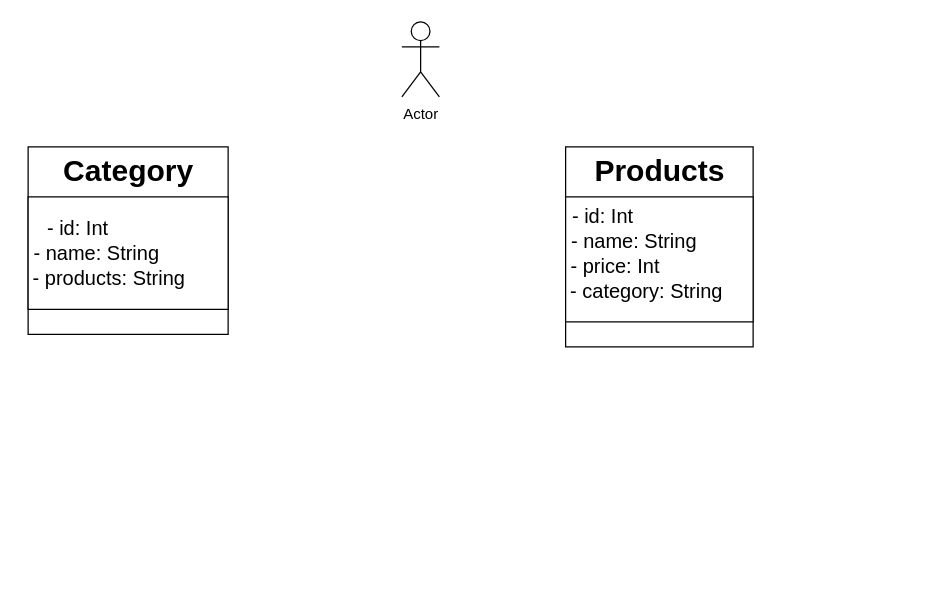
noahmeirelles/2tds2-senai-progects keeps this draw.io diagram as draw.drawio/categ.drawio. Above is the earlier version. Source tidied: cells renumbered, new cells numbered last; positions are measured from the earlier drawing's top-left corner, leaving out a move shared by most shapes. Both pictures are drawn from the tidied source at 125%, with x=0, y=0 at pixel (28, 21).
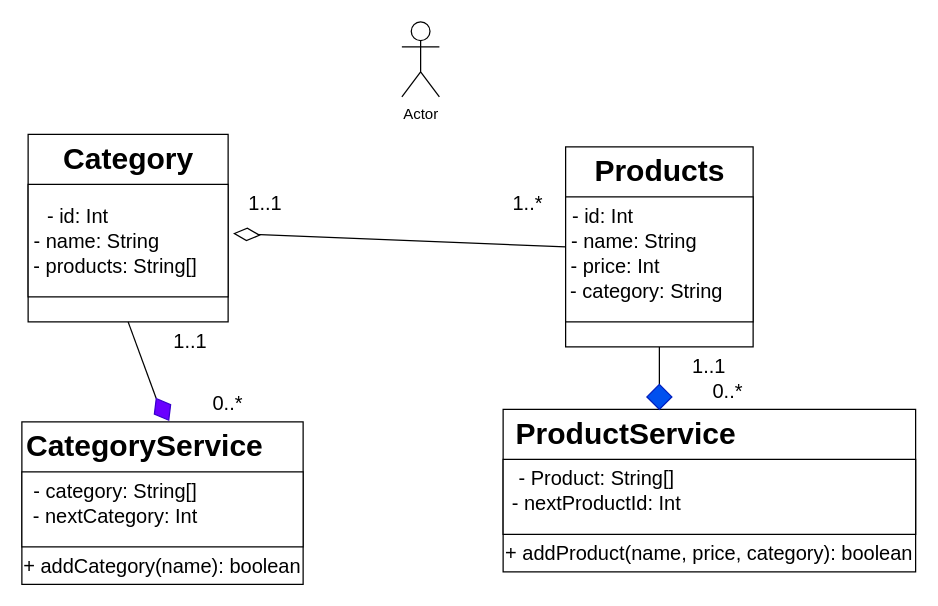
Above is the later version.

The change refers to these unchanged cells:
```xml
<mxCell id="9" style="rounded=0;whiteSpace=wrap;html=1;fontSize=16;" parent="1" vertex="1">
  <mxGeometry x="430" y="100" width="150" height="160" as="geometry" />
</mxCell>
<mxCell id="14" value="- price: Int" style="text;html=1;strokeColor=none;fillColor=none;align=center;verticalAlign=middle;whiteSpace=wrap;rounded=0;fontSize=16;" parent="1" vertex="1">
  <mxGeometry x="430" y="180" width="80" height="30" as="geometry" />
</mxCell>
```

The edit, as a diff of the source:
```diff
@@
-    <mxCell id="2" style="rounded=0;whiteSpace=wrap;html=1;" parent="1" vertex="1">
-      <mxGeometry y="100" width="160" height="150" as="geometry" />
-    </mxCell>
@@
-    <mxCell id="4" style="rounded=0;whiteSpace=wrap;html=1;" parent="1" vertex="1">
-      <mxGeometry y="140" width="160" height="90" as="geometry" />
-    </mxCell>
-    <mxCell id="5" value="Category" style="text;strokeColor=none;fillColor=none;html=1;fontSize=24;fontStyle=1;verticalAlign=middle;align=center;" parent="1" vertex="1">
-      <mxGeometry x="30" y="100" width="100" height="40" as="geometry" />
-    </mxCell>
-    <mxCell id="6" value="&lt;span style=&quot;font-size: 16px;&quot;&gt;- id: Int&lt;/span&gt;" style="text;html=1;strokeColor=none;fillColor=none;align=center;verticalAlign=middle;whiteSpace=wrap;rounded=0;" parent="1" vertex="1">
-      <mxGeometry y="150" width="80" height="30" as="geometry" />
-    </mxCell>
-    <mxCell id="7" value="- name: String" style="text;html=1;strokeColor=none;fillColor=none;align=center;verticalAlign=middle;whiteSpace=wrap;rounded=0;fontSize=16;" parent="1" vertex="1">
-      <mxGeometry y="170" width="110" height="30" as="geometry" />
-    </mxCell>
-    <mxCell id="8" value="- products: String" style="text;html=1;strokeColor=none;fillColor=none;align=center;verticalAlign=middle;whiteSpace=wrap;rounded=0;fontSize=16;" parent="1" vertex="1">
-      <mxGeometry y="190" width="130" height="30" as="geometry" />
-    </mxCell>
@@
+    <mxCell id="16" value="1..*" style="text;html=1;strokeColor=none;fillColor=none;align=center;verticalAlign=middle;whiteSpace=wrap;rounded=0;fontSize=16;" parent="1" vertex="1">
+      <mxGeometry x="370" y="130" width="60" height="30" as="geometry" />
+    </mxCell>
+    <mxCell id="17" value="1..1" style="text;html=1;strokeColor=none;fillColor=none;align=center;verticalAlign=middle;whiteSpace=wrap;rounded=0;fontSize=16;" parent="1" vertex="1">
+      <mxGeometry x="160" y="130" width="60" height="30" as="geometry" />
+    </mxCell>
+    <mxCell id="18" style="group;" parent="1" vertex="1">
+      <mxGeometry y="90" width="160" height="150" as="geometry" />
+    </mxCell>
+    <mxCell id="2" style="rounded=0;whiteSpace=wrap;html=1;" parent="18" vertex="1">
+      <mxGeometry width="160" height="150" as="geometry" />
+    </mxCell>
+    <mxCell id="4" style="rounded=0;whiteSpace=wrap;html=1;" parent="18" vertex="1">
+      <mxGeometry y="40" width="160" height="90" as="geometry" />
+    </mxCell>
+    <mxCell id="5" value="Category" style="text;strokeColor=none;fillColor=none;html=1;fontSize=24;fontStyle=1;verticalAlign=middle;align=center;" parent="18" vertex="1">
+      <mxGeometry x="30" width="100" height="40" as="geometry" />
+    </mxCell>
+    <mxCell id="6" value="&lt;span style=&quot;font-size: 16px;&quot;&gt;- id: Int&lt;/span&gt;" style="text;html=1;strokeColor=none;fillColor=none;align=center;verticalAlign=middle;whiteSpace=wrap;rounded=0;" parent="18" vertex="1">
+      <mxGeometry y="50" width="80" height="30" as="geometry" />
+    </mxCell>
+    <mxCell id="7" value="- name: String" style="text;html=1;strokeColor=none;fillColor=none;align=center;verticalAlign=middle;whiteSpace=wrap;rounded=0;fontSize=16;" parent="18" vertex="1">
+      <mxGeometry y="70" width="110" height="30" as="geometry" />
+    </mxCell>
+    <mxCell id="8" value="- products: String[]" style="text;html=1;strokeColor=none;fillColor=none;align=center;verticalAlign=middle;whiteSpace=wrap;rounded=0;fontSize=16;" parent="18" vertex="1">
+      <mxGeometry y="90" width="140" height="30" as="geometry" />
+    </mxCell>
+    <mxCell id="19" style="endArrow=none;html=1;strokeWidth=1;fontSize=16;endSize=6;targetPerimeterSpacing=0;jumpSize=10;entryX=0;entryY=0;entryDx=0;entryDy=0;" parent="1" edge="1" target="14">
+      <mxGeometry relative="1" as="geometry">
+        <mxPoint x="180" y="170" as="sourcePoint" />
+      </mxGeometry>
+    </mxCell>
+    <mxCell id="20" style="rhombus;whiteSpace=wrap;html=1;fontSize=16;rotation=94;" parent="1" vertex="1">
+      <mxGeometry x="170" y="160" width="10" height="20" as="geometry" />
+    </mxCell>
+    <mxCell id="21" style="rounded=0;whiteSpace=wrap;html=1;fontSize=16;" parent="1" vertex="1">
+      <mxGeometry x="-5" y="320" width="225" height="130" as="geometry" />
+    </mxCell>
+    <mxCell id="22" style="rounded=0;whiteSpace=wrap;html=1;fontSize=16;" parent="1" vertex="1">
+      <mxGeometry x="-5" y="360" width="225" height="60" as="geometry" />
+    </mxCell>
+    <mxCell id="23" value="CategoryService" style="text;strokeColor=none;fillColor=none;html=1;fontSize=24;fontStyle=1;verticalAlign=middle;align=center;" parent="1" vertex="1">
+      <mxGeometry x="42.5" y="320" width="100" height="40" as="geometry" />
+    </mxCell>
+    <mxCell id="24" value="- category: String[]" style="text;html=1;strokeColor=none;fillColor=none;align=center;verticalAlign=middle;whiteSpace=wrap;rounded=0;fontSize=16;" parent="1" vertex="1">
+      <mxGeometry y="360" width="140" height="30" as="geometry" />
+    </mxCell>
+    <mxCell id="25" value="- nextCategory: Int" style="text;html=1;strokeColor=none;fillColor=none;align=center;verticalAlign=middle;whiteSpace=wrap;rounded=0;fontSize=16;" parent="1" vertex="1">
+      <mxGeometry y="380" width="140" height="30" as="geometry" />
+    </mxCell>
+    <mxCell id="26" value="+ addCategory(name): boolean" style="text;html=1;strokeColor=none;fillColor=none;align=center;verticalAlign=middle;whiteSpace=wrap;rounded=0;fontSize=16;" parent="1" vertex="1">
+      <mxGeometry x="-5" y="420" width="225" height="30" as="geometry" />
+    </mxCell>
+    <mxCell id="27" style="rounded=0;whiteSpace=wrap;html=1;fontSize=16;" parent="1" vertex="1">
+      <mxGeometry x="380" y="310" width="330" height="130" as="geometry" />
+    </mxCell>
+    <mxCell id="28" style="rounded=0;whiteSpace=wrap;html=1;fontSize=16;" parent="1" vertex="1">
+      <mxGeometry x="380" y="350" width="330" height="60" as="geometry" />
+    </mxCell>
+    <mxCell id="29" style="edgeStyle=none;jumpSize=10;html=1;strokeWidth=1;fontSize=16;startArrow=diamondThin;startFill=0;endSize=6;targetPerimeterSpacing=0;" parent="1" edge="1" source="30" target="28">
+      <mxGeometry relative="1" as="geometry" />
+    </mxCell>
+    <mxCell id="30" value="ProductService" style="text;strokeColor=none;fillColor=none;html=1;fontSize=24;fontStyle=1;verticalAlign=middle;align=center;" parent="1" vertex="1">
+      <mxGeometry x="427.5" y="310" width="100" height="40" as="geometry" />
+    </mxCell>
+    <mxCell id="31" value="- Product: String[]" style="text;html=1;strokeColor=none;fillColor=none;align=center;verticalAlign=middle;whiteSpace=wrap;rounded=0;fontSize=16;" parent="1" vertex="1">
+      <mxGeometry x="385" y="350" width="140" height="30" as="geometry" />
+    </mxCell>
+    <mxCell id="32" value="- nextProductId: Int" style="text;html=1;strokeColor=none;fillColor=none;align=center;verticalAlign=middle;whiteSpace=wrap;rounded=0;fontSize=16;" parent="1" vertex="1">
+      <mxGeometry x="385" y="370" width="140" height="30" as="geometry" />
+    </mxCell>
+    <mxCell id="33" value="+ addProduct(name, price, category): boolean" style="text;html=1;strokeColor=none;fillColor=none;align=center;verticalAlign=middle;whiteSpace=wrap;rounded=0;fontSize=16;" parent="1" vertex="1">
+      <mxGeometry x="380" y="410" width="330" height="30" as="geometry" />
+    </mxCell>
+    <mxCell id="34" style="endArrow=none;html=1;strokeWidth=1;fontSize=16;endSize=6;targetPerimeterSpacing=0;jumpSize=10;entryX=0.5;entryY=1;entryDx=0;entryDy=0;exitX=0;exitY=0.5;exitDx=0;exitDy=0;" parent="1" edge="1" target="2">
+      <mxGeometry relative="1" as="geometry">
+        <mxPoint x="102.5" y="301.3" as="sourcePoint" />
+      </mxGeometry>
+    </mxCell>
+    <mxCell id="35" style="endArrow=none;html=1;strokeWidth=1;fontSize=16;endSize=6;targetPerimeterSpacing=0;jumpSize=10;entryX=0.5;entryY=1;entryDx=0;entryDy=0;" parent="1" edge="1" target="9">
+      <mxGeometry relative="1" as="geometry">
+        <mxPoint x="505" y="290" as="sourcePoint" />
+      </mxGeometry>
+    </mxCell>
+    <mxCell id="36" value="0..*" style="text;html=1;strokeColor=none;fillColor=none;align=center;verticalAlign=middle;whiteSpace=wrap;rounded=0;fontSize=16;" parent="1" vertex="1">
+      <mxGeometry x="530" y="280" width="60" height="30" as="geometry" />
+    </mxCell>
+    <mxCell id="37" style="rhombus;whiteSpace=wrap;html=1;fontSize=16;rotation=-30;fillColor=#6a00ff;fontColor=#ffffff;strokeColor=#3700CC;" parent="1" vertex="1">
+      <mxGeometry x="100" y="300" width="15" height="20" as="geometry" />
+    </mxCell>
+    <mxCell id="38" style="rhombus;whiteSpace=wrap;html=1;fontSize=16;fillColor=#0050ef;fontColor=#ffffff;strokeColor=#001DBC;" parent="1" vertex="1">
+      <mxGeometry x="495" y="290" width="20" height="20" as="geometry" />
+    </mxCell>
+    <mxCell id="39" value="0..*" style="text;html=1;strokeColor=none;fillColor=none;align=center;verticalAlign=middle;whiteSpace=wrap;rounded=0;fontSize=16;" parent="1" vertex="1">
+      <mxGeometry x="130" y="290" width="60" height="30" as="geometry" />
+    </mxCell>
+    <mxCell id="40" value="1..1" style="text;html=1;strokeColor=none;fillColor=none;align=center;verticalAlign=middle;whiteSpace=wrap;rounded=0;fontSize=16;" parent="1" vertex="1">
+      <mxGeometry x="100" y="240" width="60" height="30" as="geometry" />
+    </mxCell>
+    <mxCell id="41" value="1..1" style="text;html=1;strokeColor=none;fillColor=none;align=center;verticalAlign=middle;whiteSpace=wrap;rounded=0;fontSize=16;" parent="1" vertex="1">
+      <mxGeometry x="515" y="260" width="60" height="30" as="geometry" />
+    </mxCell>
```
